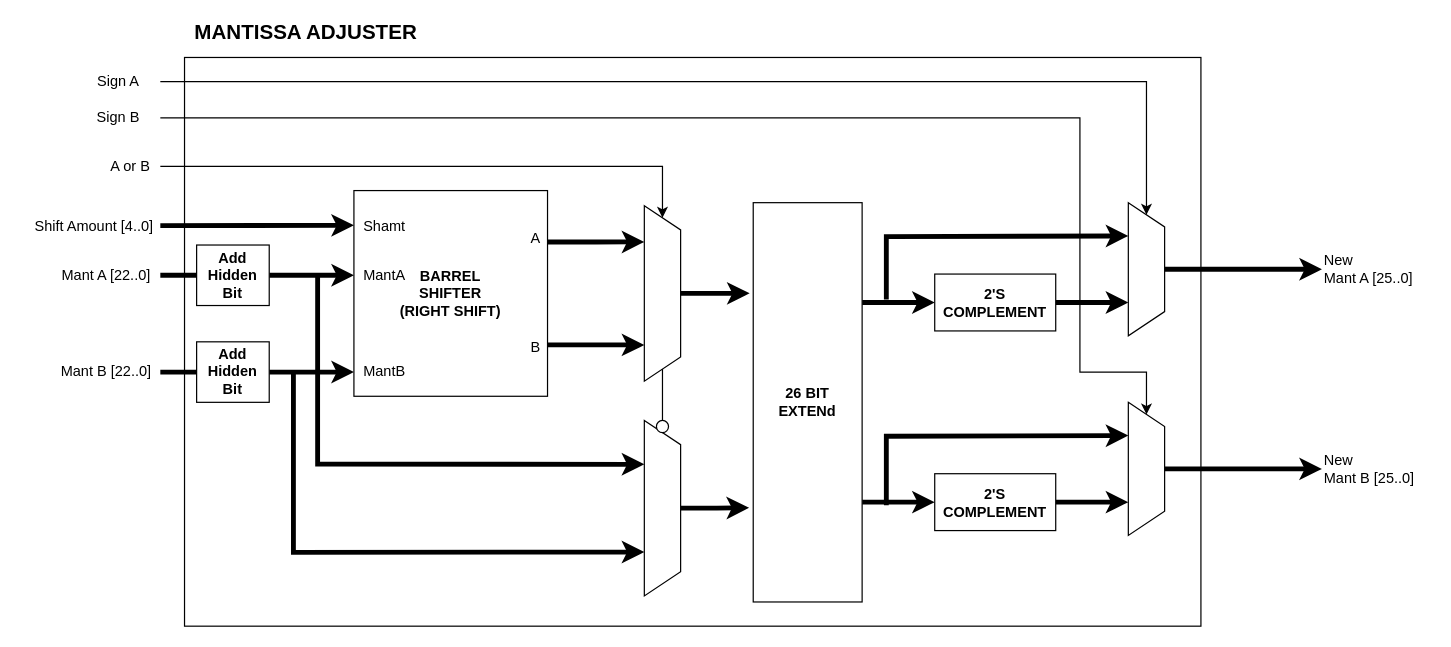
hohaicongthuan/Project-2 keeps this draw.io diagram as page "Mantissa Adjuster" (4 of 15) of Diagrams/Floating-point.drawio. Above is the earlier version. Source tidied: cells renumbered, new cells numbered last; positions are measured from the earlier drawing's top-left corner, leaving out a move shared by most shapes. Both pictures are drawn from the tidied source at 121%, with x=0, y=0 at pixel (27, 21).
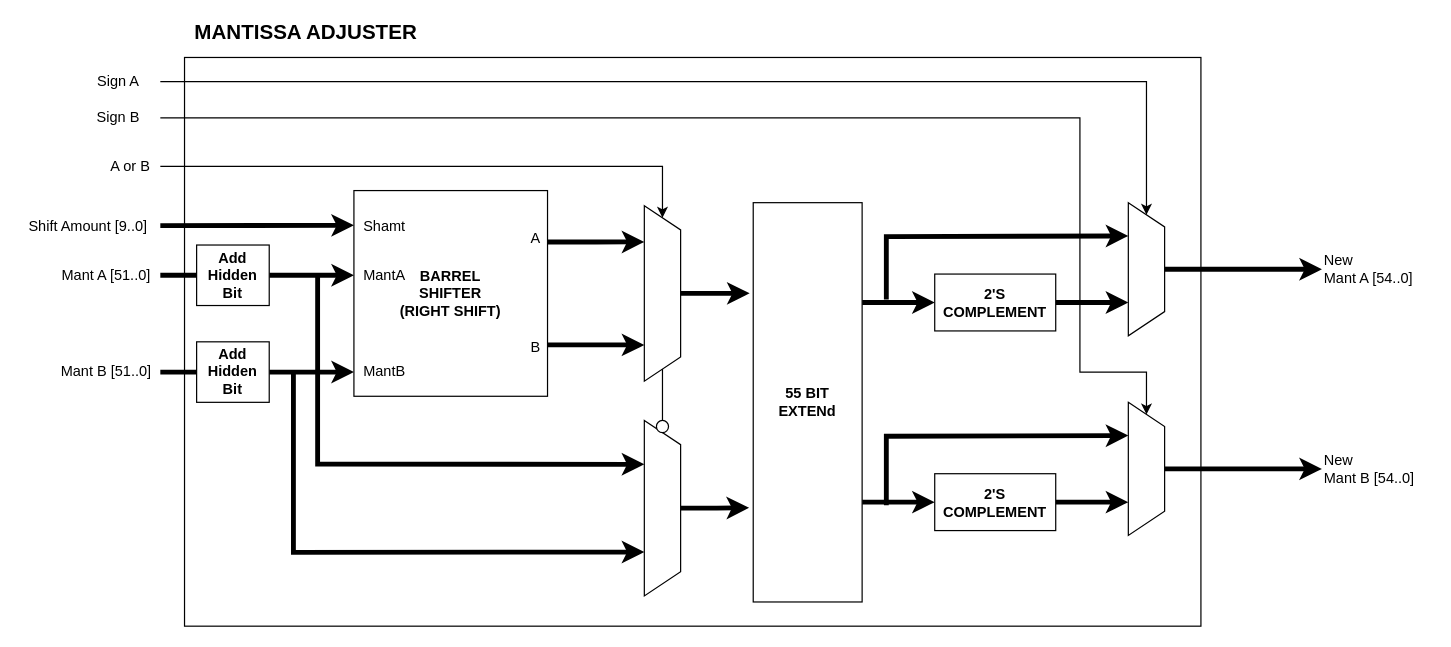
The same diagram, later.

Change to the diagram source:
```diff
@@
-    <mxCell id="4" value="Mant A [22..0]" style="text;html=1;align=center;verticalAlign=middle;strokeColor=none;fillColor=none;" parent="1" vertex="1">
+    <mxCell id="4" value="Mant A [51..0]" style="text;html=1;align=center;verticalAlign=middle;strokeColor=none;fillColor=none;" parent="1" vertex="1">
       <mxGeometry x="20" y="200" width="90" height="20" as="geometry" />
     </mxCell>
@@
-    <mxCell id="6" value="Mant B [22..0]" style="text;html=1;align=center;verticalAlign=middle;strokeColor=none;fillColor=none;" parent="1" vertex="1">
+    <mxCell id="6" value="Mant B [51..0]" style="text;html=1;align=center;verticalAlign=middle;strokeColor=none;fillColor=none;" parent="1" vertex="1">
       <mxGeometry x="20" y="280" width="90" height="20" as="geometry" />
     </mxCell>
@@
-    <mxCell id="13" value="Shift Amount [4..0]" style="text;html=1;align=center;verticalAlign=middle;strokeColor=none;fillColor=none;" parent="1" vertex="1">
-      <mxGeometry y="160" width="110" height="20" as="geometry" />
+    <mxCell id="13" value="Shift Amount [9..0]" style="text;html=1;align=center;verticalAlign=middle;strokeColor=none;fillColor=none;" parent="1" vertex="1">
+      <mxGeometry x="-5" y="160" width="110" height="20" as="geometry" />
     </mxCell>
@@
-    <mxCell id="33" value="&lt;b&gt;26 BIT&lt;br&gt;EXTENd&lt;/b&gt;" style="rounded=0;whiteSpace=wrap;html=1;strokeColor=default;fillColor=default;" parent="1" vertex="1">
+    <mxCell id="33" value="&lt;b&gt;55 BIT&lt;br&gt;EXTENd&lt;/b&gt;" style="rounded=0;whiteSpace=wrap;html=1;strokeColor=default;fillColor=default;" parent="1" vertex="1">
       <mxGeometry x="600" y="150" width="90" height="330" as="geometry" />
     </mxCell>
@@
-    <mxCell id="44" value="New&lt;br&gt;Mant A [25..0]" style="text;html=1;align=left;verticalAlign=middle;strokeColor=none;fillColor=none;" parent="1" vertex="1">
+    <mxCell id="44" value="New&lt;br&gt;Mant A [54..0]" style="text;html=1;align=left;verticalAlign=middle;strokeColor=none;fillColor=none;" parent="1" vertex="1">
       <mxGeometry x="1070" y="190" width="90" height="30" as="geometry" />
     </mxCell>
-    <mxCell id="45" value="New&lt;br&gt;Mant B [25..0]" style="text;html=1;align=left;verticalAlign=middle;strokeColor=none;fillColor=none;" parent="1" vertex="1">
+    <mxCell id="45" value="New&lt;br&gt;Mant B [54..0]" style="text;html=1;align=left;verticalAlign=middle;strokeColor=none;fillColor=none;" parent="1" vertex="1">
       <mxGeometry x="1070" y="355" width="90" height="30" as="geometry" />
     </mxCell>
```
